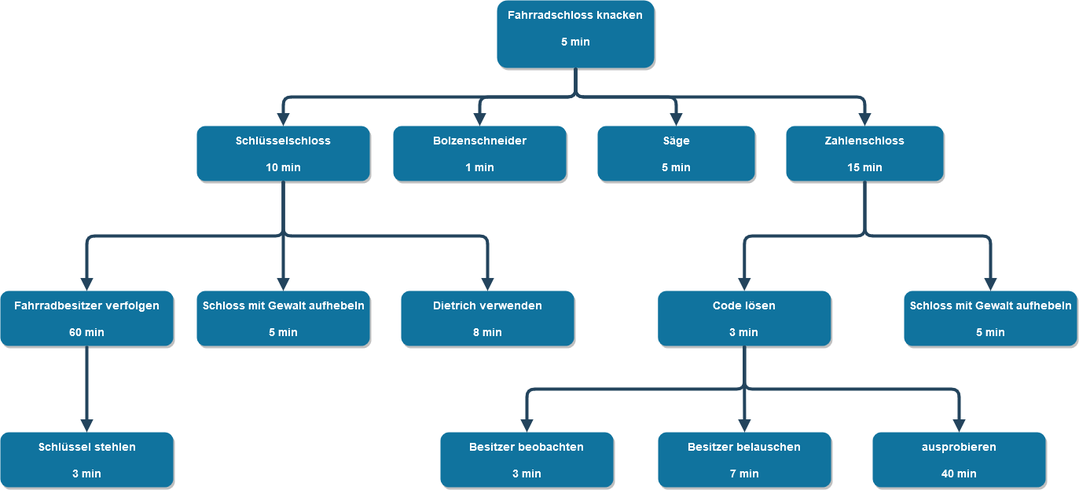
StefanDue/CyberSecurity_ST22 keeps this draw.io diagram as EmbeddedSecurity/Task5/FahrradschlossKnacken.drawio.png. Above is the earlier version. Source tidied: cells renumbered, new cells last; positions are measured from the earlier drawing's top-left corner, leaving out a move shared by most shapes. Source of this version:
```xml
<mxGraphModel>
  <root>
    <mxCell id="0" />
    <mxCell id="1" parent="0" />
    <mxCell id="2" value="Fahrradschloss knacken&#10;&#10;5 min&#10;" style="rounded=1;fillColor=#10739E;strokeColor=none;shadow=1;gradientColor=none;fontStyle=1;fontColor=#FFFFFF;fontSize=14;" parent="1" vertex="1">
      <mxGeometry x="632" width="200" height="86" as="geometry" />
    </mxCell>
    <mxCell id="3" value="Schlüsselschloss&#10;&#10;10 min" style="rounded=1;fillColor=#10739E;strokeColor=none;shadow=1;gradientColor=none;fontStyle=1;fontColor=#FFFFFF;fontSize=14;" parent="1" vertex="1">
      <mxGeometry x="250" y="160" width="220" height="70" as="geometry" />
    </mxCell>
    <mxCell id="4" style="edgeStyle=elbowEdgeStyle;elbow=vertical;strokeWidth=4;endArrow=block;endFill=1;fontStyle=1;strokeColor=#23445D;" parent="1" edge="1" source="2" target="3">
      <mxGeometry x="22" y="165.5" as="geometry" />
    </mxCell>
    <mxCell id="5" style="edgeStyle=elbowEdgeStyle;elbow=vertical;strokeWidth=4;endArrow=block;endFill=1;fontStyle=1;strokeColor=#23445D;entryX=0.5;entryY=0;entryDx=0;entryDy=0;" parent="1" edge="1" source="3" target="12">
      <mxGeometry x="22" y="165.5" as="geometry" />
    </mxCell>
    <mxCell id="6" value="Zahlenschloss&#10;&#10;15 min" style="rounded=1;fillColor=#10739E;strokeColor=none;shadow=1;gradientColor=none;fontStyle=1;fontColor=#FFFFFF;fontSize=14;" parent="1" vertex="1">
      <mxGeometry x="1000" y="160" width="200" height="70" as="geometry" />
    </mxCell>
    <mxCell id="7" style="edgeStyle=elbowEdgeStyle;elbow=vertical;strokeWidth=4;endArrow=block;endFill=1;fontStyle=1;strokeColor=#23445D;exitX=0.5;exitY=1;exitDx=0;exitDy=0;entryX=0.5;entryY=0;entryDx=0;entryDy=0;" parent="1" edge="1" source="2" target="6">
      <mxGeometry x="32" y="175.5" as="geometry" />
    </mxCell>
    <mxCell id="8" value="Bolzenschneider&#10;&#10;1 min" style="rounded=1;fillColor=#10739E;strokeColor=none;shadow=1;gradientColor=none;fontStyle=1;fontColor=#FFFFFF;fontSize=14;" parent="1" vertex="1">
      <mxGeometry x="500" y="160" width="220" height="70" as="geometry" />
    </mxCell>
    <mxCell id="9" style="edgeStyle=elbowEdgeStyle;elbow=vertical;strokeWidth=4;endArrow=block;endFill=1;fontStyle=1;strokeColor=#23445D;exitX=0.5;exitY=1;exitDx=0;exitDy=0;entryX=0.5;entryY=0;entryDx=0;entryDy=0;" parent="1" edge="1" source="2" target="8">
      <mxGeometry x="42" y="185.5" as="geometry" />
    </mxCell>
    <mxCell id="10" value="Säge&#10;&#10;5 min" style="rounded=1;fillColor=#10739E;strokeColor=none;shadow=1;gradientColor=none;fontStyle=1;fontColor=#FFFFFF;fontSize=14;" parent="1" vertex="1">
      <mxGeometry x="760" y="160" width="200" height="70" as="geometry" />
    </mxCell>
    <mxCell id="11" style="edgeStyle=elbowEdgeStyle;elbow=vertical;strokeWidth=4;endArrow=block;endFill=1;fontStyle=1;strokeColor=#23445D;exitX=0.5;exitY=1;exitDx=0;exitDy=0;entryX=0.5;entryY=0;entryDx=0;entryDy=0;" parent="1" edge="1" source="2" target="10">
      <mxGeometry x="42" y="185.5" as="geometry" />
    </mxCell>
    <mxCell id="12" value="Fahrradbesitzer verfolgen&#10;&#10;60 min" style="rounded=1;fillColor=#10739E;strokeColor=none;shadow=1;gradientColor=none;fontStyle=1;fontColor=#FFFFFF;fontSize=14;" parent="1" vertex="1">
      <mxGeometry y="370" width="220" height="70" as="geometry" />
    </mxCell>
    <mxCell id="13" value="Schlüssel stehlen&#10;&#10;3 min" style="rounded=1;fillColor=#10739E;strokeColor=none;shadow=1;gradientColor=none;fontStyle=1;fontColor=#FFFFFF;fontSize=14;" parent="1" vertex="1">
      <mxGeometry y="550" width="220" height="70" as="geometry" />
    </mxCell>
    <mxCell id="14" style="edgeStyle=elbowEdgeStyle;elbow=vertical;strokeWidth=4;endArrow=block;endFill=1;fontStyle=1;strokeColor=#23445D;entryX=0.5;entryY=0;entryDx=0;entryDy=0;exitX=0.5;exitY=1;exitDx=0;exitDy=0;" parent="1" edge="1" source="12" target="13">
      <mxGeometry x="32" y="235.5" as="geometry" />
    </mxCell>
    <mxCell id="15" value="Schloss mit Gewalt aufhebeln&#10;&#10;5 min" style="rounded=1;fillColor=#10739E;strokeColor=none;shadow=1;gradientColor=none;fontStyle=1;fontColor=#FFFFFF;fontSize=14;" parent="1" vertex="1">
      <mxGeometry x="250" y="370" width="220" height="70" as="geometry" />
    </mxCell>
    <mxCell id="16" style="edgeStyle=elbowEdgeStyle;elbow=vertical;strokeWidth=4;endArrow=block;endFill=1;fontStyle=1;strokeColor=#23445D;entryX=0.5;entryY=0;entryDx=0;entryDy=0;exitX=0.5;exitY=1;exitDx=0;exitDy=0;" parent="1" edge="1" source="3" target="15">
      <mxGeometry x="32" y="175.5" as="geometry" />
    </mxCell>
    <mxCell id="17" value="Dietrich verwenden&#10;&#10;8 min" style="rounded=1;fillColor=#10739E;strokeColor=none;shadow=1;gradientColor=none;fontStyle=1;fontColor=#FFFFFF;fontSize=14;" parent="1" vertex="1">
      <mxGeometry x="510" y="370" width="220" height="70" as="geometry" />
    </mxCell>
    <mxCell id="18" style="edgeStyle=elbowEdgeStyle;elbow=vertical;strokeWidth=4;endArrow=block;endFill=1;fontStyle=1;strokeColor=#23445D;entryX=0.5;entryY=0;entryDx=0;entryDy=0;exitX=0.5;exitY=1;exitDx=0;exitDy=0;" parent="1" edge="1" source="3" target="17">
      <mxGeometry x="32" y="175.5" as="geometry" />
    </mxCell>
    <mxCell id="19" value="Code lösen&#10;&#10;3 min" style="rounded=1;fillColor=#10739E;strokeColor=none;shadow=1;gradientColor=none;fontStyle=1;fontColor=#FFFFFF;fontSize=14;" parent="1" vertex="1">
      <mxGeometry x="836.8" y="370" width="220" height="70" as="geometry" />
    </mxCell>
    <mxCell id="20" style="edgeStyle=elbowEdgeStyle;elbow=vertical;strokeWidth=4;endArrow=block;endFill=1;fontStyle=1;strokeColor=#23445D;entryX=0.5;entryY=0;entryDx=0;entryDy=0;exitX=0.5;exitY=1;exitDx=0;exitDy=0;" parent="1" edge="1" source="6" target="19">
      <mxGeometry x="42" y="185.5" as="geometry" />
    </mxCell>
    <mxCell id="21" value="Schloss mit Gewalt aufhebeln&#10;&#10;5 min" style="rounded=1;fillColor=#10739E;strokeColor=none;shadow=1;gradientColor=none;fontStyle=1;fontColor=#FFFFFF;fontSize=14;" parent="1" vertex="1">
      <mxGeometry x="1150" y="370" width="220" height="70" as="geometry" />
    </mxCell>
    <mxCell id="22" style="edgeStyle=elbowEdgeStyle;elbow=vertical;strokeWidth=4;endArrow=block;endFill=1;fontStyle=1;strokeColor=#23445D;exitX=0.5;exitY=1;exitDx=0;exitDy=0;entryX=0.5;entryY=0;entryDx=0;entryDy=0;" parent="1" edge="1" source="6" target="21">
      <mxGeometry x="62" y="205.5" as="geometry" />
    </mxCell>
    <mxCell id="23" value="Besitzer beobachten&#10;&#10;3 min" style="rounded=1;fillColor=#10739E;strokeColor=none;shadow=1;gradientColor=none;fontStyle=1;fontColor=#FFFFFF;fontSize=14;" parent="1" vertex="1">
      <mxGeometry x="560" y="550" width="220" height="70" as="geometry" />
    </mxCell>
    <mxCell id="24" value="Besitzer belauschen&#10;&#10;7 min" style="rounded=1;fillColor=#10739E;strokeColor=none;shadow=1;gradientColor=none;fontStyle=1;fontColor=#FFFFFF;fontSize=14;" parent="1" vertex="1">
      <mxGeometry x="837" y="550" width="220" height="70" as="geometry" />
    </mxCell>
    <mxCell id="25" value="ausprobieren&#10;&#10;40 min" style="rounded=1;fillColor=#10739E;strokeColor=none;shadow=1;gradientColor=none;fontStyle=1;fontColor=#FFFFFF;fontSize=14;" parent="1" vertex="1">
      <mxGeometry x="1110" y="550" width="220" height="70" as="geometry" />
    </mxCell>
    <mxCell id="26" style="edgeStyle=elbowEdgeStyle;elbow=vertical;strokeWidth=4;endArrow=block;endFill=1;fontStyle=1;strokeColor=#23445D;entryX=0.5;entryY=0;entryDx=0;entryDy=0;exitX=0.5;exitY=1;exitDx=0;exitDy=0;" parent="1" edge="1" source="19" target="23">
      <mxGeometry x="-258" y="605.5" as="geometry" />
    </mxCell>
    <mxCell id="27" style="edgeStyle=elbowEdgeStyle;elbow=vertical;strokeWidth=4;endArrow=block;endFill=1;fontStyle=1;strokeColor=#23445D;entryX=0.5;entryY=0;entryDx=0;entryDy=0;exitX=0.5;exitY=1;exitDx=0;exitDy=0;" parent="1" edge="1" source="19" target="24">
      <mxGeometry x="62" y="205.5" as="geometry" />
    </mxCell>
    <mxCell id="28" style="edgeStyle=elbowEdgeStyle;elbow=vertical;strokeWidth=4;endArrow=block;endFill=1;fontStyle=1;strokeColor=#23445D;entryX=0.5;entryY=0;entryDx=0;entryDy=0;exitX=0.5;exitY=1;exitDx=0;exitDy=0;" parent="1" edge="1" source="19" target="25">
      <mxGeometry x="72" y="215.5" as="geometry" />
    </mxCell>
  </root>
</mxGraphModel>
```
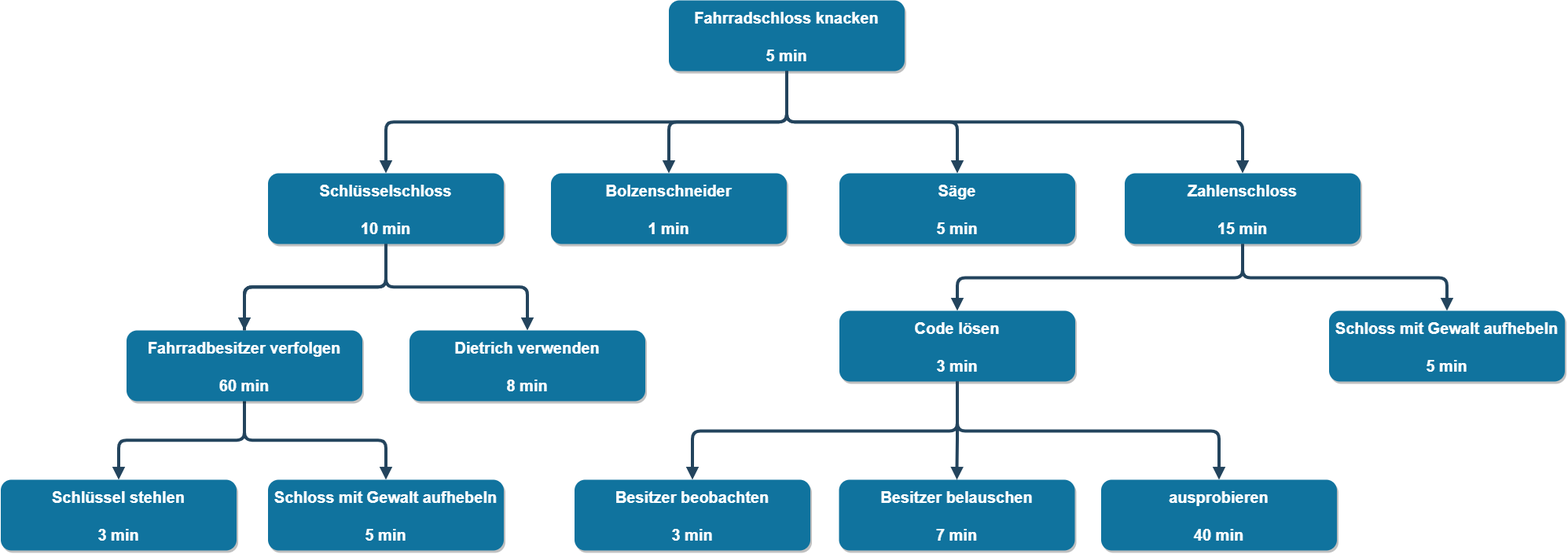
The same file after the commit.

The edit, as a diff of the source:
```diff
@@ -2,78 +2,63 @@
   <root>
     <mxCell id="0" />
     <mxCell id="1" parent="0" />
-    <mxCell id="2" value="Fahrradschloss knacken&#10;&#10;5 min&#10;" style="rounded=1;fillColor=#10739E;strokeColor=none;shadow=1;gradientColor=none;fontStyle=1;fontColor=#FFFFFF;fontSize=14;" parent="1" vertex="1">
-      <mxGeometry x="632" width="200" height="86" as="geometry" />
+    <mxCell id="2" value="Fahrradschloss knacken&#10;&#10;5 min" style="rounded=1;fillColor=#10739E;strokeColor=none;shadow=1;gradientColor=none;fontStyle=1;fontColor=#FFFFFF;fontSize=20;" parent="1" vertex="1">
+      <mxGeometry x="620" width="300" height="90" as="geometry" />
     </mxCell>
-    <mxCell id="3" value="Schlüsselschloss&#10;&#10;10 min" style="rounded=1;fillColor=#10739E;strokeColor=none;shadow=1;gradientColor=none;fontStyle=1;fontColor=#FFFFFF;fontSize=14;" parent="1" vertex="1">
-      <mxGeometry x="250" y="160" width="220" height="70" as="geometry" />
-    </mxCell>
-    <mxCell id="4" style="edgeStyle=elbowEdgeStyle;elbow=vertical;strokeWidth=4;endArrow=block;endFill=1;fontStyle=1;strokeColor=#23445D;" parent="1" edge="1" source="2" target="3">
+    <mxCell id="4" style="edgeStyle=elbowEdgeStyle;elbow=vertical;strokeWidth=4;endArrow=block;endFill=1;fontStyle=1;strokeColor=#23445D;entryX=0.5;entryY=0;entryDx=0;entryDy=0;" parent="1" edge="1" source="2" target="3">
       <mxGeometry x="22" y="165.5" as="geometry" />
     </mxCell>
-    <mxCell id="5" style="edgeStyle=elbowEdgeStyle;elbow=vertical;strokeWidth=4;endArrow=block;endFill=1;fontStyle=1;strokeColor=#23445D;entryX=0.5;entryY=0;entryDx=0;entryDy=0;" parent="1" edge="1" source="3" target="12">
+    <mxCell id="5" style="edgeStyle=elbowEdgeStyle;elbow=vertical;strokeWidth=4;endArrow=block;endFill=1;fontStyle=1;strokeColor=#23445D;entryX=0.5;entryY=0;entryDx=0;entryDy=0;exitX=0.5;exitY=1;exitDx=0;exitDy=0;" parent="1" edge="1" source="3" target="12">
       <mxGeometry x="22" y="165.5" as="geometry" />
     </mxCell>
-    <mxCell id="6" value="Zahlenschloss&#10;&#10;15 min" style="rounded=1;fillColor=#10739E;strokeColor=none;shadow=1;gradientColor=none;fontStyle=1;fontColor=#FFFFFF;fontSize=14;" parent="1" vertex="1">
-      <mxGeometry x="1000" y="160" width="200" height="70" as="geometry" />
+    <mxCell id="6" value="Zahlenschloss&#10;&#10;15 min" style="rounded=1;fillColor=#10739E;strokeColor=none;shadow=1;gradientColor=none;fontStyle=1;fontColor=#FFFFFF;fontSize=20;" parent="1" vertex="1">
+      <mxGeometry x="1200" y="220" width="300" height="90" as="geometry" />
     </mxCell>
     <mxCell id="7" style="edgeStyle=elbowEdgeStyle;elbow=vertical;strokeWidth=4;endArrow=block;endFill=1;fontStyle=1;strokeColor=#23445D;exitX=0.5;exitY=1;exitDx=0;exitDy=0;entryX=0.5;entryY=0;entryDx=0;entryDy=0;" parent="1" edge="1" source="2" target="6">
       <mxGeometry x="32" y="175.5" as="geometry" />
     </mxCell>
-    <mxCell id="8" value="Bolzenschneider&#10;&#10;1 min" style="rounded=1;fillColor=#10739E;strokeColor=none;shadow=1;gradientColor=none;fontStyle=1;fontColor=#FFFFFF;fontSize=14;" parent="1" vertex="1">
-      <mxGeometry x="500" y="160" width="220" height="70" as="geometry" />
+    <mxCell id="8" value="Bolzenschneider&#10;&#10;1 min" style="rounded=1;fillColor=#10739E;strokeColor=none;shadow=1;gradientColor=none;fontStyle=1;fontColor=#FFFFFF;fontSize=20;" parent="1" vertex="1">
+      <mxGeometry x="470" y="220" width="300" height="90" as="geometry" />
     </mxCell>
     <mxCell id="9" style="edgeStyle=elbowEdgeStyle;elbow=vertical;strokeWidth=4;endArrow=block;endFill=1;fontStyle=1;strokeColor=#23445D;exitX=0.5;exitY=1;exitDx=0;exitDy=0;entryX=0.5;entryY=0;entryDx=0;entryDy=0;" parent="1" edge="1" source="2" target="8">
       <mxGeometry x="42" y="185.5" as="geometry" />
     </mxCell>
-    <mxCell id="10" value="Säge&#10;&#10;5 min" style="rounded=1;fillColor=#10739E;strokeColor=none;shadow=1;gradientColor=none;fontStyle=1;fontColor=#FFFFFF;fontSize=14;" parent="1" vertex="1">
-      <mxGeometry x="760" y="160" width="200" height="70" as="geometry" />
+    <mxCell id="10" value="Säge&#10;&#10;5 min" style="rounded=1;fillColor=#10739E;strokeColor=none;shadow=1;gradientColor=none;fontStyle=1;fontColor=#FFFFFF;fontSize=20;" parent="1" vertex="1">
+      <mxGeometry x="837" y="220" width="300" height="90" as="geometry" />
     </mxCell>
     <mxCell id="11" style="edgeStyle=elbowEdgeStyle;elbow=vertical;strokeWidth=4;endArrow=block;endFill=1;fontStyle=1;strokeColor=#23445D;exitX=0.5;exitY=1;exitDx=0;exitDy=0;entryX=0.5;entryY=0;entryDx=0;entryDy=0;" parent="1" edge="1" source="2" target="10">
       <mxGeometry x="42" y="185.5" as="geometry" />
     </mxCell>
-    <mxCell id="12" value="Fahrradbesitzer verfolgen&#10;&#10;60 min" style="rounded=1;fillColor=#10739E;strokeColor=none;shadow=1;gradientColor=none;fontStyle=1;fontColor=#FFFFFF;fontSize=14;" parent="1" vertex="1">
-      <mxGeometry y="370" width="220" height="70" as="geometry" />
-    </mxCell>
-    <mxCell id="13" value="Schlüssel stehlen&#10;&#10;3 min" style="rounded=1;fillColor=#10739E;strokeColor=none;shadow=1;gradientColor=none;fontStyle=1;fontColor=#FFFFFF;fontSize=14;" parent="1" vertex="1">
-      <mxGeometry y="550" width="220" height="70" as="geometry" />
+    <mxCell id="13" value="Schlüssel stehlen&#10;&#10;3 min" style="rounded=1;fillColor=#10739E;strokeColor=none;shadow=1;gradientColor=none;fontStyle=1;fontColor=#FFFFFF;fontSize=20;" parent="1" vertex="1">
+      <mxGeometry x="-230" y="610" width="300" height="90" as="geometry" />
     </mxCell>
     <mxCell id="14" style="edgeStyle=elbowEdgeStyle;elbow=vertical;strokeWidth=4;endArrow=block;endFill=1;fontStyle=1;strokeColor=#23445D;entryX=0.5;entryY=0;entryDx=0;entryDy=0;exitX=0.5;exitY=1;exitDx=0;exitDy=0;" parent="1" edge="1" source="12" target="13">
       <mxGeometry x="32" y="235.5" as="geometry" />
     </mxCell>
-    <mxCell id="15" value="Schloss mit Gewalt aufhebeln&#10;&#10;5 min" style="rounded=1;fillColor=#10739E;strokeColor=none;shadow=1;gradientColor=none;fontStyle=1;fontColor=#FFFFFF;fontSize=14;" parent="1" vertex="1">
-      <mxGeometry x="250" y="370" width="220" height="70" as="geometry" />
-    </mxCell>
-    <mxCell id="16" style="edgeStyle=elbowEdgeStyle;elbow=vertical;strokeWidth=4;endArrow=block;endFill=1;fontStyle=1;strokeColor=#23445D;entryX=0.5;entryY=0;entryDx=0;entryDy=0;exitX=0.5;exitY=1;exitDx=0;exitDy=0;" parent="1" edge="1" source="3" target="15">
+    <mxCell id="16" style="edgeStyle=elbowEdgeStyle;elbow=vertical;strokeWidth=4;endArrow=block;endFill=1;fontStyle=1;strokeColor=#23445D;entryX=0.5;entryY=0;entryDx=0;entryDy=0;exitX=0.5;exitY=1;exitDx=0;exitDy=0;startArrow=none;" parent="1" edge="1" source="12" target="15">
       <mxGeometry x="32" y="175.5" as="geometry" />
     </mxCell>
-    <mxCell id="17" value="Dietrich verwenden&#10;&#10;8 min" style="rounded=1;fillColor=#10739E;strokeColor=none;shadow=1;gradientColor=none;fontStyle=1;fontColor=#FFFFFF;fontSize=14;" parent="1" vertex="1">
-      <mxGeometry x="510" y="370" width="220" height="70" as="geometry" />
-    </mxCell>
     <mxCell id="18" style="edgeStyle=elbowEdgeStyle;elbow=vertical;strokeWidth=4;endArrow=block;endFill=1;fontStyle=1;strokeColor=#23445D;entryX=0.5;entryY=0;entryDx=0;entryDy=0;exitX=0.5;exitY=1;exitDx=0;exitDy=0;" parent="1" edge="1" source="3" target="17">
       <mxGeometry x="32" y="175.5" as="geometry" />
     </mxCell>
-    <mxCell id="19" value="Code lösen&#10;&#10;3 min" style="rounded=1;fillColor=#10739E;strokeColor=none;shadow=1;gradientColor=none;fontStyle=1;fontColor=#FFFFFF;fontSize=14;" parent="1" vertex="1">
-      <mxGeometry x="836.8" y="370" width="220" height="70" as="geometry" />
+    <mxCell id="19" value="Code lösen&#10;&#10;3 min" style="rounded=1;fillColor=#10739E;strokeColor=none;shadow=1;gradientColor=none;fontStyle=1;fontColor=#FFFFFF;fontSize=20;" parent="1" vertex="1">
+      <mxGeometry x="837" y="395" width="300" height="90" as="geometry" />
     </mxCell>
     <mxCell id="20" style="edgeStyle=elbowEdgeStyle;elbow=vertical;strokeWidth=4;endArrow=block;endFill=1;fontStyle=1;strokeColor=#23445D;entryX=0.5;entryY=0;entryDx=0;entryDy=0;exitX=0.5;exitY=1;exitDx=0;exitDy=0;" parent="1" edge="1" source="6" target="19">
       <mxGeometry x="42" y="185.5" as="geometry" />
     </mxCell>
-    <mxCell id="21" value="Schloss mit Gewalt aufhebeln&#10;&#10;5 min" style="rounded=1;fillColor=#10739E;strokeColor=none;shadow=1;gradientColor=none;fontStyle=1;fontColor=#FFFFFF;fontSize=14;" parent="1" vertex="1">
-      <mxGeometry x="1150" y="370" width="220" height="70" as="geometry" />
+    <mxCell id="21" value="Schloss mit Gewalt aufhebeln&#10;&#10;5 min" style="rounded=1;fillColor=#10739E;strokeColor=none;shadow=1;gradientColor=none;fontStyle=1;fontColor=#FFFFFF;fontSize=20;" parent="1" vertex="1">
+      <mxGeometry x="1460" y="395" width="300" height="90" as="geometry" />
     </mxCell>
     <mxCell id="22" style="edgeStyle=elbowEdgeStyle;elbow=vertical;strokeWidth=4;endArrow=block;endFill=1;fontStyle=1;strokeColor=#23445D;exitX=0.5;exitY=1;exitDx=0;exitDy=0;entryX=0.5;entryY=0;entryDx=0;entryDy=0;" parent="1" edge="1" source="6" target="21">
       <mxGeometry x="62" y="205.5" as="geometry" />
     </mxCell>
-    <mxCell id="23" value="Besitzer beobachten&#10;&#10;3 min" style="rounded=1;fillColor=#10739E;strokeColor=none;shadow=1;gradientColor=none;fontStyle=1;fontColor=#FFFFFF;fontSize=14;" parent="1" vertex="1">
-      <mxGeometry x="560" y="550" width="220" height="70" as="geometry" />
+    <mxCell id="23" value="Besitzer beobachten&#10;&#10;3 min" style="rounded=1;fillColor=#10739E;strokeColor=none;shadow=1;gradientColor=none;fontStyle=1;fontColor=#FFFFFF;fontSize=20;" parent="1" vertex="1">
+      <mxGeometry x="500" y="610" width="300" height="90" as="geometry" />
     </mxCell>
-    <mxCell id="24" value="Besitzer belauschen&#10;&#10;7 min" style="rounded=1;fillColor=#10739E;strokeColor=none;shadow=1;gradientColor=none;fontStyle=1;fontColor=#FFFFFF;fontSize=14;" parent="1" vertex="1">
-      <mxGeometry x="837" y="550" width="220" height="70" as="geometry" />
+    <mxCell id="24" value="Besitzer belauschen&#10;&#10;7 min" style="rounded=1;fillColor=#10739E;strokeColor=none;shadow=1;gradientColor=none;fontStyle=1;fontColor=#FFFFFF;fontSize=20;" parent="1" vertex="1">
+      <mxGeometry x="836.5" y="610" width="300" height="90" as="geometry" />
     </mxCell>
-    <mxCell id="25" value="ausprobieren&#10;&#10;40 min" style="rounded=1;fillColor=#10739E;strokeColor=none;shadow=1;gradientColor=none;fontStyle=1;fontColor=#FFFFFF;fontSize=14;" parent="1" vertex="1">
-      <mxGeometry x="1110" y="550" width="220" height="70" as="geometry" />
-    </mxCell>
     <mxCell id="26" style="edgeStyle=elbowEdgeStyle;elbow=vertical;strokeWidth=4;endArrow=block;endFill=1;fontStyle=1;strokeColor=#23445D;entryX=0.5;entryY=0;entryDx=0;entryDy=0;exitX=0.5;exitY=1;exitDx=0;exitDy=0;" parent="1" edge="1" source="19" target="23">
       <mxGeometry x="-258" y="605.5" as="geometry" />
     </mxCell>
@@ -83,5 +68,23 @@
     <mxCell id="28" style="edgeStyle=elbowEdgeStyle;elbow=vertical;strokeWidth=4;endArrow=block;endFill=1;fontStyle=1;strokeColor=#23445D;entryX=0.5;entryY=0;entryDx=0;entryDy=0;exitX=0.5;exitY=1;exitDx=0;exitDy=0;" parent="1" edge="1" source="19" target="25">
       <mxGeometry x="72" y="215.5" as="geometry" />
     </mxCell>
+    <mxCell id="17" value="Dietrich verwenden&#10;&#10;8 min" style="rounded=1;fillColor=#10739E;strokeColor=none;shadow=1;gradientColor=none;fontStyle=1;fontColor=#FFFFFF;fontSize=20;" parent="1" vertex="1">
+      <mxGeometry x="290" y="420" width="300" height="90" as="geometry" />
+    </mxCell>
+    <mxCell id="25" value="ausprobieren&#10;&#10;40 min" style="rounded=1;fillColor=#10739E;strokeColor=none;shadow=1;gradientColor=none;fontStyle=1;fontColor=#FFFFFF;fontSize=20;" parent="1" vertex="1">
+      <mxGeometry x="1170" y="610" width="300" height="90" as="geometry" />
+    </mxCell>
+    <mxCell id="15" value="Schloss mit Gewalt aufhebeln&#10;&#10;5 min" style="rounded=1;fillColor=#10739E;strokeColor=none;shadow=1;gradientColor=none;fontStyle=1;fontColor=#FFFFFF;fontSize=20;" parent="1" vertex="1">
+      <mxGeometry x="110" y="610" width="300" height="90" as="geometry" />
+    </mxCell>
+    <mxCell id="3" value="Schlüsselschloss&#10;&#10;10 min" style="rounded=1;fillColor=#10739E;strokeColor=none;shadow=1;gradientColor=none;fontStyle=1;fontColor=#FFFFFF;fontSize=20;" parent="1" vertex="1">
+      <mxGeometry x="110" y="220" width="300" height="90" as="geometry" />
+    </mxCell>
+    <mxCell id="12" value="Fahrradbesitzer verfolgen&#10;&#10;60 min" style="rounded=1;fillColor=#10739E;strokeColor=none;shadow=1;gradientColor=none;fontStyle=1;fontColor=#FFFFFF;fontSize=20;" parent="1" vertex="1">
+      <mxGeometry x="-70" y="420" width="300" height="90" as="geometry" />
+    </mxCell>
+    <mxCell id="29" style="edgeStyle=elbowEdgeStyle;elbow=vertical;strokeWidth=4;endArrow=none;endFill=1;fontStyle=1;strokeColor=#23445D;entryX=0.5;entryY=0;entryDx=0;entryDy=0;exitX=0.5;exitY=1;exitDx=0;exitDy=0;" parent="1" edge="1" source="3" target="12">
+      <mxGeometry x="32" y="175.5" as="geometry" />
+    </mxCell>
   </root>
 </mxGraphModel>
```
